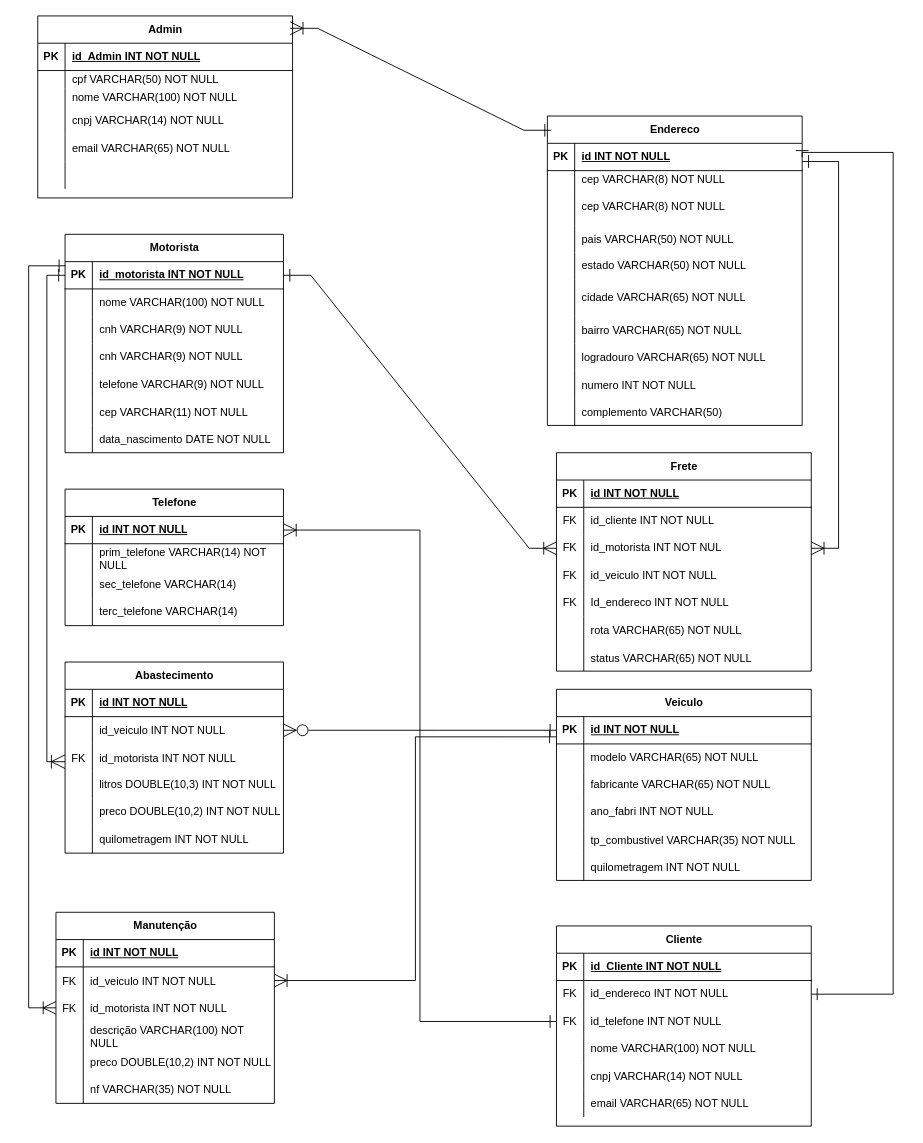
This is Database/der (1).drawio from MariaEduarda94/Projeto-Extens-o, a draw.io file, before an edit. Source tidied: cells renumbered, new cells numbered last; positions are measured from the earlier drawing's top-left corner, leaving out a move shared by most shapes. Both pictures are drawn from the tidied source at 91%, with x=0, y=0 at pixel (37, 15).
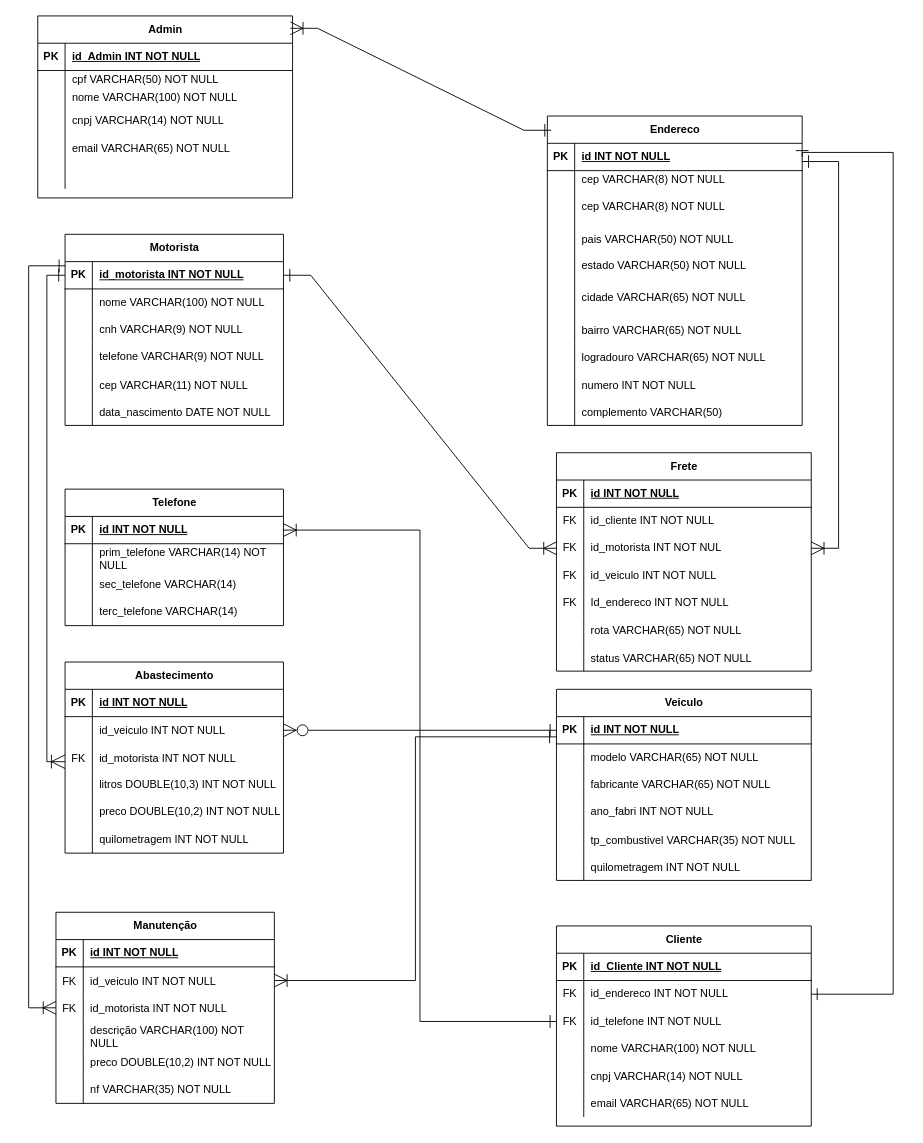
The same diagram, later.

What changed in the source:
```diff
@@
     <mxCell id="2" value="Motorista" style="shape=table;startSize=30;childLayout=tableLayout;rowLines=0;fontStyle=1;align=center;html=1;" parent="1" vertex="1">
-      <mxGeometry x="30" y="240" width="240" height="240" as="geometry" />
+      <mxGeometry x="30" y="240" width="240" height="210" as="geometry" />
     </mxCell>
@@
-    <mxCell id="12" style="shape=tableRow;horizontal=0;startSize=0;swimlaneHead=0;swimlaneBody=0;fillColor=none;top=0;left=0;right=0;bottom=0;" parent="2" vertex="1">
-      <mxGeometry y="120" width="240" height="30" as="geometry" />
-    </mxCell>
-    <mxCell id="13" style="shape=partialRectangle;fillColor=none;top=0;left=0;bottom=0;right=0;overflow=hidden;whiteSpace=wrap;html=1;" parent="12" vertex="1">
-      <mxGeometry width="30" height="30" as="geometry" />
-    </mxCell>
-    <mxCell id="14" value="cnh VARCHAR(9) NOT NULL" style="shape=partialRectangle;fillColor=none;top=0;left=0;bottom=0;right=0;align=left;spacingLeft=6;overflow=hidden;whiteSpace=wrap;html=1;" parent="12" vertex="1">
-      <mxGeometry x="30" width="210" height="30" as="geometry" />
-    </mxCell>
     <mxCell id="15" style="shape=tableRow;horizontal=0;startSize=0;swimlaneHead=0;swimlaneBody=0;fillColor=none;points=[[0,0.5],[1,0.5]];portConstraint=eastwest;top=0;left=0;right=0;bottom=0;" parent="2" vertex="1">
-      <mxGeometry y="150" width="240" height="30" as="geometry" />
+      <mxGeometry y="120" width="240" height="30" as="geometry" />
     </mxCell>
@@
     <mxCell id="18" style="shape=tableRow;horizontal=0;startSize=0;swimlaneHead=0;swimlaneBody=0;fillColor=none;top=0;left=0;right=0;bottom=0;" parent="2" vertex="1">
-      <mxGeometry y="180" width="240" height="30" as="geometry" />
+      <mxGeometry y="150" width="240" height="30" as="geometry" />
     </mxCell>
@@
     <mxCell id="21" style="shape=tableRow;horizontal=0;startSize=0;swimlaneHead=0;swimlaneBody=0;fillColor=none;top=0;left=0;right=0;bottom=0;" parent="2" vertex="1">
-      <mxGeometry y="210" width="240" height="30" as="geometry" />
+      <mxGeometry y="180" width="240" height="30" as="geometry" />
     </mxCell>
```
